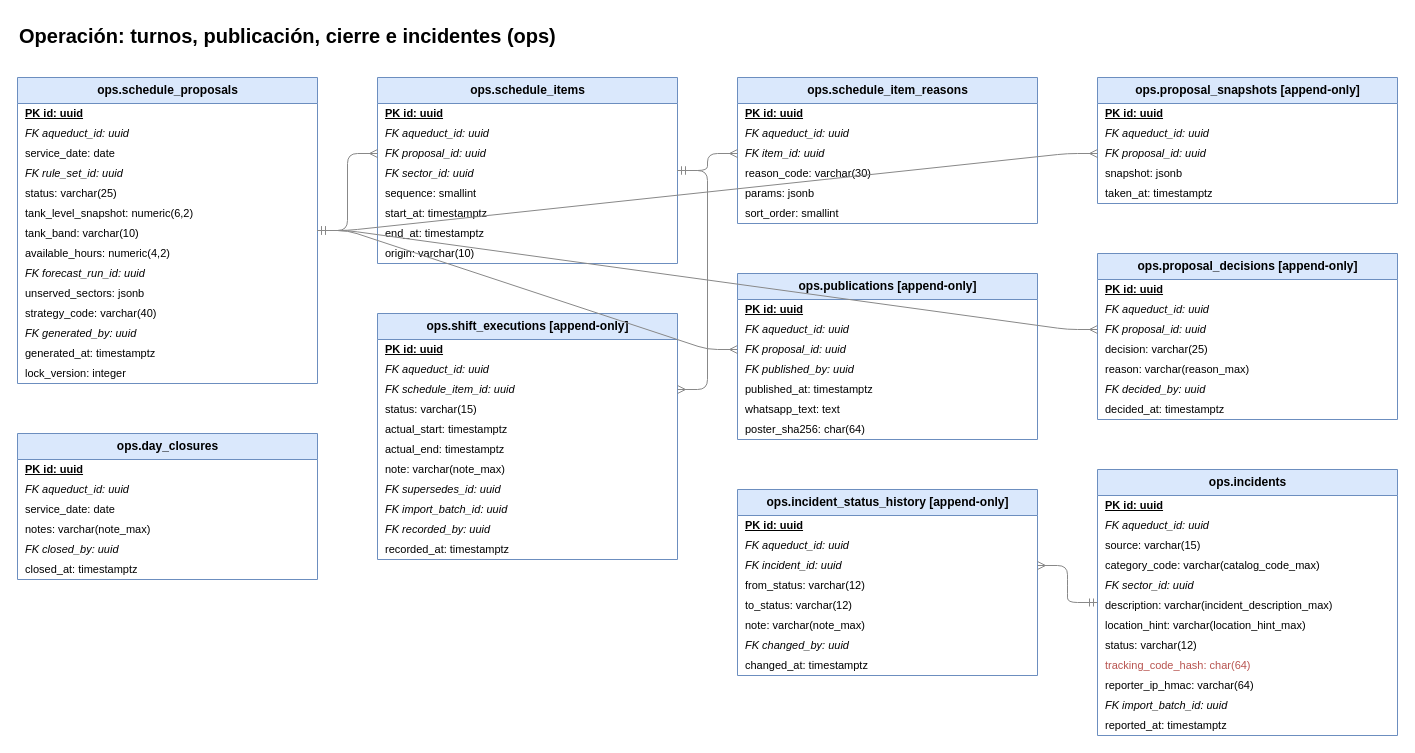
NicoalsD/caudal-backend keeps this draw.io diagram as page "Operación: turnos, publicación, cierre e incidentes (ops)" (5 of 7) of docs/images/modelo-de-datos.drawio. Above is the earlier version. Source tidied: cells renumbered, new cells numbered last; positions are measured from the earlier drawing's top-left corner, leaving out a move shared by most shapes. Both pictures are drawn from the tidied source at 100%, with x=0, y=0 at pixel (17, 17).
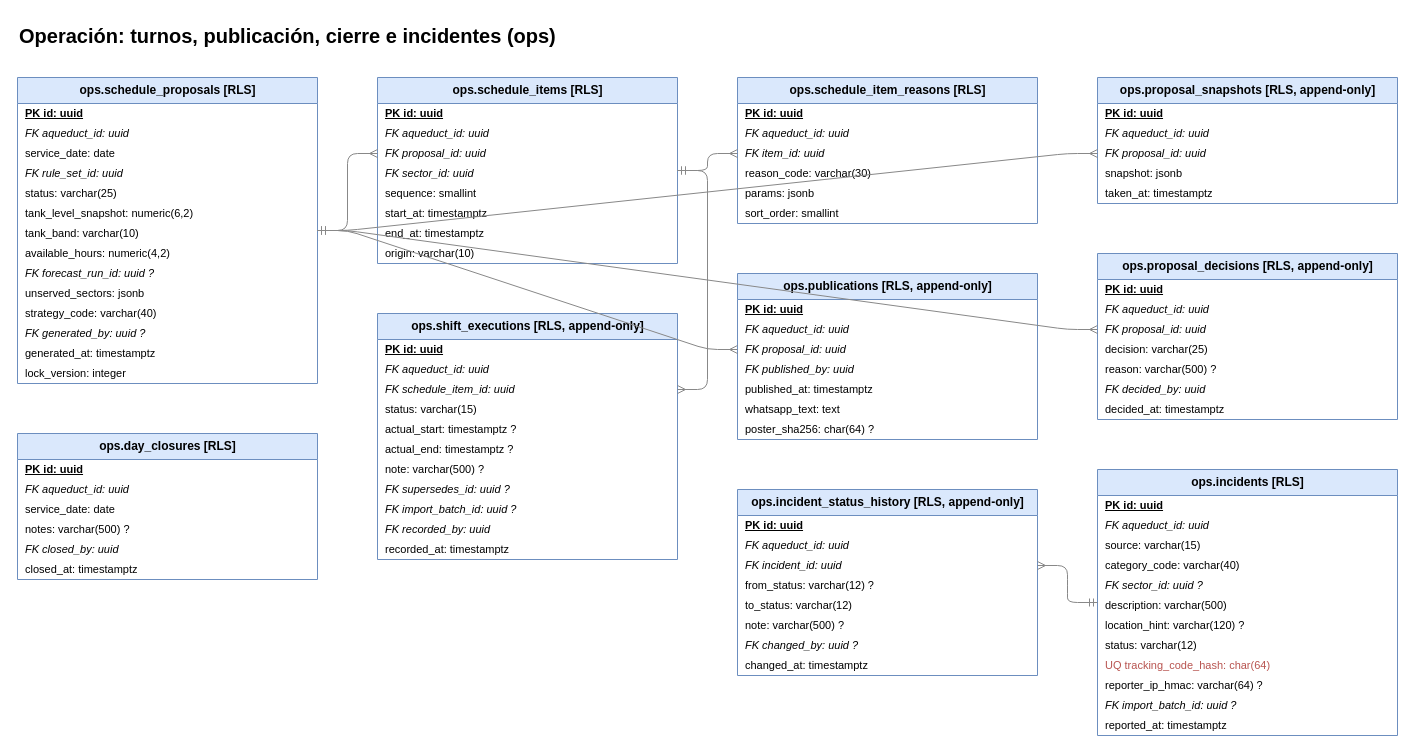
The same page after the edit.

The edit, as a diff of the source:
```diff
@@
-    <mxCell id="3" value="ops.schedule_proposals" style="swimlane;fontStyle=1;horizontal=1;startSize=26;html=1;fillColor=#dae8fc;strokeColor=#6c8ebf;fontSize=12;" parent="1" vertex="1">
+    <mxCell id="3" value="ops.schedule_proposals  [RLS]" style="swimlane;fontStyle=1;horizontal=1;startSize=26;html=1;fillColor=#dae8fc;strokeColor=#6c8ebf;fontSize=12;" parent="1" vertex="1">
       <mxGeometry y="60" width="300" height="306" as="geometry" />
     </mxCell>
@@
-    <mxCell id="12" value="FK forecast_run_id: uuid" style="text;strokeColor=none;fillColor=none;align=left;verticalAlign=middle;spacingLeft=6;html=1;fontSize=11;fontStyle=2;" parent="3" vertex="1">
+    <mxCell id="12" value="FK forecast_run_id: uuid ?" style="text;strokeColor=none;fillColor=none;align=left;verticalAlign=middle;spacingLeft=6;html=1;fontSize=11;fontStyle=2;" parent="3" vertex="1">
       <mxGeometry y="186" width="300" height="20" as="geometry" />
     </mxCell>
@@
-    <mxCell id="15" value="FK generated_by: uuid" style="text;strokeColor=none;fillColor=none;align=left;verticalAlign=middle;spacingLeft=6;html=1;fontSize=11;fontStyle=2;" parent="3" vertex="1">
+    <mxCell id="15" value="FK generated_by: uuid ?" style="text;strokeColor=none;fillColor=none;align=left;verticalAlign=middle;spacingLeft=6;html=1;fontSize=11;fontStyle=2;" parent="3" vertex="1">
       <mxGeometry y="246" width="300" height="20" as="geometry" />
     </mxCell>
@@
-    <mxCell id="18" value="ops.schedule_items" style="swimlane;fontStyle=1;horizontal=1;startSize=26;html=1;fillColor=#dae8fc;strokeColor=#6c8ebf;fontSize=12;" parent="1" vertex="1">
+    <mxCell id="18" value="ops.schedule_items  [RLS]" style="swimlane;fontStyle=1;horizontal=1;startSize=26;html=1;fillColor=#dae8fc;strokeColor=#6c8ebf;fontSize=12;" parent="1" vertex="1">
       <mxGeometry x="360" y="60" width="300" height="186" as="geometry" />
     </mxCell>
@@
-    <mxCell id="27" value="ops.schedule_item_reasons" style="swimlane;fontStyle=1;horizontal=1;startSize=26;html=1;fillColor=#dae8fc;strokeColor=#6c8ebf;fontSize=12;" parent="1" vertex="1">
+    <mxCell id="27" value="ops.schedule_item_reasons  [RLS]" style="swimlane;fontStyle=1;horizontal=1;startSize=26;html=1;fillColor=#dae8fc;strokeColor=#6c8ebf;fontSize=12;" parent="1" vertex="1">
       <mxGeometry x="720" y="60" width="300" height="146" as="geometry" />
     </mxCell>
@@
-    <mxCell id="34" value="ops.proposal_snapshots  [append-only]" style="swimlane;fontStyle=1;horizontal=1;startSize=26;html=1;fillColor=#dae8fc;strokeColor=#6c8ebf;fontSize=12;" parent="1" vertex="1">
+    <mxCell id="34" value="ops.proposal_snapshots  [RLS, append-only]" style="swimlane;fontStyle=1;horizontal=1;startSize=26;html=1;fillColor=#dae8fc;strokeColor=#6c8ebf;fontSize=12;" parent="1" vertex="1">
       <mxGeometry x="1080" y="60" width="300" height="126" as="geometry" />
     </mxCell>
@@
-    <mxCell id="40" value="ops.proposal_decisions  [append-only]" style="swimlane;fontStyle=1;horizontal=1;startSize=26;html=1;fillColor=#dae8fc;strokeColor=#6c8ebf;fontSize=12;" parent="1" vertex="1">
+    <mxCell id="40" value="ops.proposal_decisions  [RLS, append-only]" style="swimlane;fontStyle=1;horizontal=1;startSize=26;html=1;fillColor=#dae8fc;strokeColor=#6c8ebf;fontSize=12;" parent="1" vertex="1">
       <mxGeometry x="1080" y="236" width="300" height="166" as="geometry" />
     </mxCell>
@@
-    <mxCell id="45" value="reason: varchar(reason_max)" style="text;strokeColor=none;fillColor=none;align=left;verticalAlign=middle;spacingLeft=6;html=1;fontSize=11;" parent="40" vertex="1">
+    <mxCell id="45" value="reason: varchar(500) ?" style="text;strokeColor=none;fillColor=none;align=left;verticalAlign=middle;spacingLeft=6;html=1;fontSize=11;" parent="40" vertex="1">
       <mxGeometry y="106" width="300" height="20" as="geometry" />
     </mxCell>
@@
-    <mxCell id="48" value="ops.publications  [append-only]" style="swimlane;fontStyle=1;horizontal=1;startSize=26;html=1;fillColor=#dae8fc;strokeColor=#6c8ebf;fontSize=12;" parent="1" vertex="1">
+    <mxCell id="48" value="ops.publications  [RLS, append-only]" style="swimlane;fontStyle=1;horizontal=1;startSize=26;html=1;fillColor=#dae8fc;strokeColor=#6c8ebf;fontSize=12;" parent="1" vertex="1">
       <mxGeometry x="720" y="256" width="300" height="166" as="geometry" />
     </mxCell>
@@
-    <mxCell id="55" value="poster_sha256: char(64)" style="text;strokeColor=none;fillColor=none;align=left;verticalAlign=middle;spacingLeft=6;html=1;fontSize=11;" parent="48" vertex="1">
+    <mxCell id="55" value="poster_sha256: char(64) ?" style="text;strokeColor=none;fillColor=none;align=left;verticalAlign=middle;spacingLeft=6;html=1;fontSize=11;" parent="48" vertex="1">
       <mxGeometry y="146" width="300" height="20" as="geometry" />
     </mxCell>
-    <mxCell id="56" value="ops.shift_executions  [append-only]" style="swimlane;fontStyle=1;horizontal=1;startSize=26;html=1;fillColor=#dae8fc;strokeColor=#6c8ebf;fontSize=12;" parent="1" vertex="1">
+    <mxCell id="56" value="ops.shift_executions  [RLS, append-only]" style="swimlane;fontStyle=1;horizontal=1;startSize=26;html=1;fillColor=#dae8fc;strokeColor=#6c8ebf;fontSize=12;" parent="1" vertex="1">
       <mxGeometry x="360" y="296" width="300" height="246" as="geometry" />
     </mxCell>
@@
-    <mxCell id="61" value="actual_start: timestamptz" style="text;strokeColor=none;fillColor=none;align=left;verticalAlign=middle;spacingLeft=6;html=1;fontSize=11;" parent="56" vertex="1">
+    <mxCell id="61" value="actual_start: timestamptz ?" style="text;strokeColor=none;fillColor=none;align=left;verticalAlign=middle;spacingLeft=6;html=1;fontSize=11;" parent="56" vertex="1">
       <mxGeometry y="106" width="300" height="20" as="geometry" />
     </mxCell>
-    <mxCell id="62" value="actual_end: timestamptz" style="text;strokeColor=none;fillColor=none;align=left;verticalAlign=middle;spacingLeft=6;html=1;fontSize=11;" parent="56" vertex="1">
+    <mxCell id="62" value="actual_end: timestamptz ?" style="text;strokeColor=none;fillColor=none;align=left;verticalAlign=middle;spacingLeft=6;html=1;fontSize=11;" parent="56" vertex="1">
       <mxGeometry y="126" width="300" height="20" as="geometry" />
     </mxCell>
-    <mxCell id="63" value="note: varchar(note_max)" style="text;strokeColor=none;fillColor=none;align=left;verticalAlign=middle;spacingLeft=6;html=1;fontSize=11;" parent="56" vertex="1">
+    <mxCell id="63" value="note: varchar(500) ?" style="text;strokeColor=none;fillColor=none;align=left;verticalAlign=middle;spacingLeft=6;html=1;fontSize=11;" parent="56" vertex="1">
       <mxGeometry y="146" width="300" height="20" as="geometry" />
     </mxCell>
-    <mxCell id="64" value="FK supersedes_id: uuid" style="text;strokeColor=none;fillColor=none;align=left;verticalAlign=middle;spacingLeft=6;html=1;fontSize=11;fontStyle=2;" parent="56" vertex="1">
+    <mxCell id="64" value="FK supersedes_id: uuid ?" style="text;strokeColor=none;fillColor=none;align=left;verticalAlign=middle;spacingLeft=6;html=1;fontSize=11;fontStyle=2;" parent="56" vertex="1">
       <mxGeometry y="166" width="300" height="20" as="geometry" />
     </mxCell>
-    <mxCell id="65" value="FK import_batch_id: uuid" style="text;strokeColor=none;fillColor=none;align=left;verticalAlign=middle;spacingLeft=6;html=1;fontSize=11;fontStyle=2;" parent="56" vertex="1">
+    <mxCell id="65" value="FK import_batch_id: uuid ?" style="text;strokeColor=none;fillColor=none;align=left;verticalAlign=middle;spacingLeft=6;html=1;fontSize=11;fontStyle=2;" parent="56" vertex="1">
       <mxGeometry y="186" width="300" height="20" as="geometry" />
     </mxCell>
@@
-    <mxCell id="68" value="ops.day_closures" style="swimlane;fontStyle=1;horizontal=1;startSize=26;html=1;fillColor=#dae8fc;strokeColor=#6c8ebf;fontSize=12;" parent="1" vertex="1">
+    <mxCell id="68" value="ops.day_closures  [RLS]" style="swimlane;fontStyle=1;horizontal=1;startSize=26;html=1;fillColor=#dae8fc;strokeColor=#6c8ebf;fontSize=12;" parent="1" vertex="1">
       <mxGeometry y="416" width="300" height="146" as="geometry" />
     </mxCell>
@@
-    <mxCell id="72" value="notes: varchar(note_max)" style="text;strokeColor=none;fillColor=none;align=left;verticalAlign=middle;spacingLeft=6;html=1;fontSize=11;" parent="68" vertex="1">
+    <mxCell id="72" value="notes: varchar(500) ?" style="text;strokeColor=none;fillColor=none;align=left;verticalAlign=middle;spacingLeft=6;html=1;fontSize=11;" parent="68" vertex="1">
       <mxGeometry y="86" width="300" height="20" as="geometry" />
     </mxCell>
@@
-    <mxCell id="75" value="ops.incidents" style="swimlane;fontStyle=1;horizontal=1;startSize=26;html=1;fillColor=#dae8fc;strokeColor=#6c8ebf;fontSize=12;" parent="1" vertex="1">
+    <mxCell id="75" value="ops.incidents  [RLS]" style="swimlane;fontStyle=1;horizontal=1;startSize=26;html=1;fillColor=#dae8fc;strokeColor=#6c8ebf;fontSize=12;" parent="1" vertex="1">
       <mxGeometry x="1080" y="452" width="300" height="266" as="geometry" />
     </mxCell>
@@
-    <mxCell id="79" value="category_code: varchar(catalog_code_max)" style="text;strokeColor=none;fillColor=none;align=left;verticalAlign=middle;spacingLeft=6;html=1;fontSize=11;" parent="75" vertex="1">
+    <mxCell id="79" value="category_code: varchar(40)" style="text;strokeColor=none;fillColor=none;align=left;verticalAlign=middle;spacingLeft=6;html=1;fontSize=11;" parent="75" vertex="1">
       <mxGeometry y="86" width="300" height="20" as="geometry" />
     </mxCell>
-    <mxCell id="80" value="FK sector_id: uuid" style="text;strokeColor=none;fillColor=none;align=left;verticalAlign=middle;spacingLeft=6;html=1;fontSize=11;fontStyle=2;" parent="75" vertex="1">
+    <mxCell id="80" value="FK sector_id: uuid ?" style="text;strokeColor=none;fillColor=none;align=left;verticalAlign=middle;spacingLeft=6;html=1;fontSize=11;fontStyle=2;" parent="75" vertex="1">
       <mxGeometry y="106" width="300" height="20" as="geometry" />
     </mxCell>
-    <mxCell id="81" value="description: varchar(incident_description_max)" style="text;strokeColor=none;fillColor=none;align=left;verticalAlign=middle;spacingLeft=6;html=1;fontSize=11;" parent="75" vertex="1">
+    <mxCell id="81" value="description: varchar(500)" style="text;strokeColor=none;fillColor=none;align=left;verticalAlign=middle;spacingLeft=6;html=1;fontSize=11;" parent="75" vertex="1">
       <mxGeometry y="126" width="300" height="20" as="geometry" />
     </mxCell>
-    <mxCell id="82" value="location_hint: varchar(location_hint_max)" style="text;strokeColor=none;fillColor=none;align=left;verticalAlign=middle;spacingLeft=6;html=1;fontSize=11;" parent="75" vertex="1">
+    <mxCell id="82" value="location_hint: varchar(120) ?" style="text;strokeColor=none;fillColor=none;align=left;verticalAlign=middle;spacingLeft=6;html=1;fontSize=11;" parent="75" vertex="1">
       <mxGeometry y="146" width="300" height="20" as="geometry" />
     </mxCell>
@@
-    <mxCell id="84" value="tracking_code_hash: char(64)" style="text;strokeColor=none;fillColor=none;align=left;verticalAlign=middle;spacingLeft=6;html=1;fontSize=11;fontColor=#b85450;" parent="75" vertex="1">
+    <mxCell id="84" value="UQ tracking_code_hash: char(64)" style="text;strokeColor=none;fillColor=none;align=left;verticalAlign=middle;spacingLeft=6;html=1;fontSize=11;fontColor=#b85450;" parent="75" vertex="1">
       <mxGeometry y="186" width="300" height="20" as="geometry" />
     </mxCell>
-    <mxCell id="85" value="reporter_ip_hmac: varchar(64)" style="text;strokeColor=none;fillColor=none;align=left;verticalAlign=middle;spacingLeft=6;html=1;fontSize=11;" parent="75" vertex="1">
+    <mxCell id="85" value="reporter_ip_hmac: varchar(64) ?" style="text;strokeColor=none;fillColor=none;align=left;verticalAlign=middle;spacingLeft=6;html=1;fontSize=11;" parent="75" vertex="1">
       <mxGeometry y="206" width="300" height="20" as="geometry" />
     </mxCell>
-    <mxCell id="86" value="FK import_batch_id: uuid" style="text;strokeColor=none;fillColor=none;align=left;verticalAlign=middle;spacingLeft=6;html=1;fontSize=11;fontStyle=2;" parent="75" vertex="1">
+    <mxCell id="86" value="FK import_batch_id: uuid ?" style="text;strokeColor=none;fillColor=none;align=left;verticalAlign=middle;spacingLeft=6;html=1;fontSize=11;fontStyle=2;" parent="75" vertex="1">
       <mxGeometry y="226" width="300" height="20" as="geometry" />
     </mxCell>
@@
-    <mxCell id="88" value="ops.incident_status_history  [append-only]" style="swimlane;fontStyle=1;horizontal=1;startSize=26;html=1;fillColor=#dae8fc;strokeColor=#6c8ebf;fontSize=12;" parent="1" vertex="1">
+    <mxCell id="88" value="ops.incident_status_history  [RLS, append-only]" style="swimlane;fontStyle=1;horizontal=1;startSize=26;html=1;fillColor=#dae8fc;strokeColor=#6c8ebf;fontSize=12;" parent="1" vertex="1">
       <mxGeometry x="720" y="472" width="300" height="186" as="geometry" />
     </mxCell>
@@
-    <mxCell id="92" value="from_status: varchar(12)" style="text;strokeColor=none;fillColor=none;align=left;verticalAlign=middle;spacingLeft=6;html=1;fontSize=11;" parent="88" vertex="1">
+    <mxCell id="92" value="from_status: varchar(12) ?" style="text;strokeColor=none;fillColor=none;align=left;verticalAlign=middle;spacingLeft=6;html=1;fontSize=11;" parent="88" vertex="1">
       <mxGeometry y="86" width="300" height="20" as="geometry" />
     </mxCell>
@@
-    <mxCell id="94" value="note: varchar(note_max)" style="text;strokeColor=none;fillColor=none;align=left;verticalAlign=middle;spacingLeft=6;html=1;fontSize=11;" parent="88" vertex="1">
+    <mxCell id="94" value="note: varchar(500) ?" style="text;strokeColor=none;fillColor=none;align=left;verticalAlign=middle;spacingLeft=6;html=1;fontSize=11;" parent="88" vertex="1">
       <mxGeometry y="126" width="300" height="20" as="geometry" />
     </mxCell>
-    <mxCell id="95" value="FK changed_by: uuid" style="text;strokeColor=none;fillColor=none;align=left;verticalAlign=middle;spacingLeft=6;html=1;fontSize=11;fontStyle=2;" parent="88" vertex="1">
+    <mxCell id="95" value="FK changed_by: uuid ?" style="text;strokeColor=none;fillColor=none;align=left;verticalAlign=middle;spacingLeft=6;html=1;fontSize=11;fontStyle=2;" parent="88" vertex="1">
       <mxGeometry y="146" width="300" height="20" as="geometry" />
     </mxCell>
```
